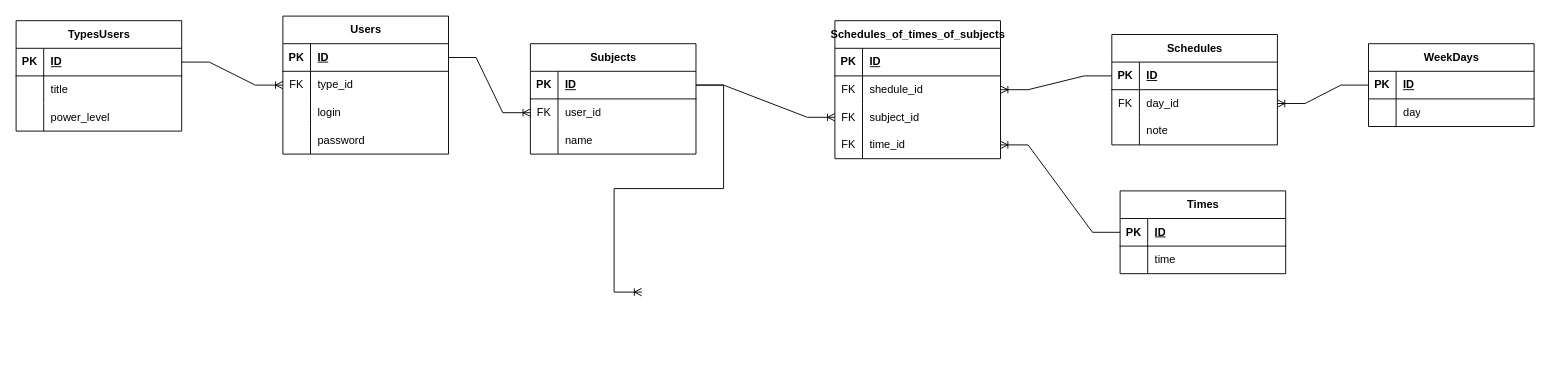
Before: docs/college_db.drawio in LOL1322/college_demo, a draw.io diagram. Source tidied: cells renumbered, new cells numbered last; positions are measured from the earlier drawing's top-left corner, leaving out a move shared by most shapes. Both pictures are drawn from the tidied source at 92%, with x=0, y=0 at pixel (16, 16).
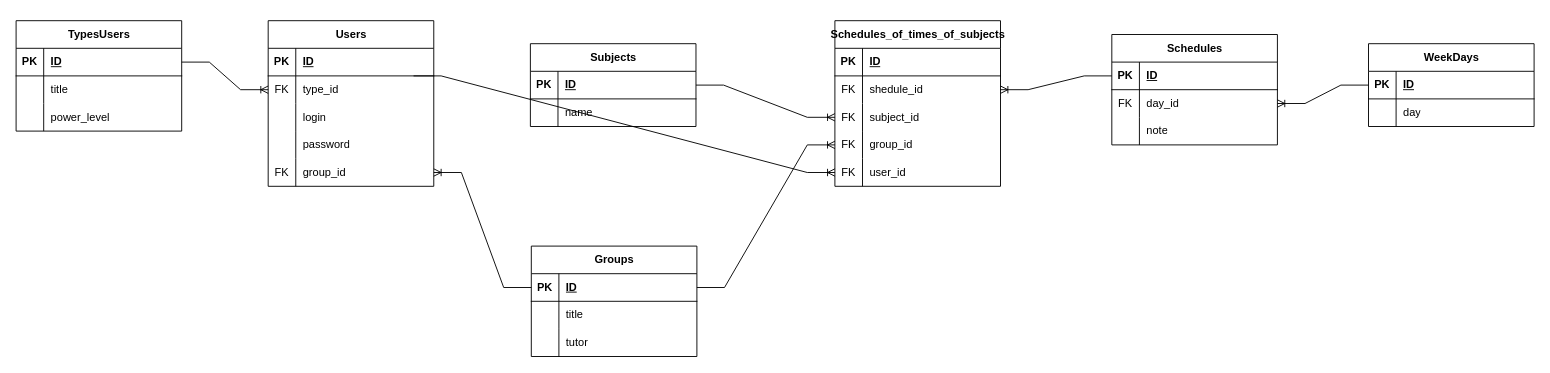
The same page after the edit.

Unchanged cells that the change refers to:
```xml
<mxCell id="3" style="shape=tableRow;horizontal=0;startSize=0;swimlaneHead=0;swimlaneBody=0;fillColor=none;points=[[0,0.5],[1,0.5]];portConstraint=eastwest;top=0;left=0;right=0;bottom=1;" parent="2" vertex="1">
  <mxGeometry y="30" width="180" height="30" as="geometry" />
</mxCell>
<mxCell id="26" style="shape=tableRow;horizontal=0;startSize=0;swimlaneHead=0;swimlaneBody=0;fillColor=none;points=[[0,0.5],[1,0.5]];portConstraint=eastwest;top=0;left=0;right=0;bottom=1;" parent="25" vertex="1">
  <mxGeometry y="30" width="180" height="30" as="geometry" />
</mxCell>
<mxCell id="52" style="shape=tableRow;horizontal=0;startSize=0;swimlaneHead=0;swimlaneBody=0;fillColor=none;points=[[0,0.5],[1,0.5]];portConstraint=eastwest;top=0;left=0;right=0;bottom=0;" parent="42" vertex="1">
  <mxGeometry y="120" width="180" height="30" as="geometry" />
</mxCell>
```

The edit, as a diff of the source:
```diff
@@
     <mxCell id="2" value="Users" style="shape=table;startSize=30;childLayout=tableLayout;rowLines=0;fontStyle=1;align=center;html=1;" parent="1" vertex="1">
-      <mxGeometry x="290" width="180" height="150" as="geometry" />
+      <mxGeometry x="274" y="5" width="180" height="180" as="geometry" />
     </mxCell>
@@
+    <mxCell id="79" style="shape=tableRow;horizontal=0;startSize=0;swimlaneHead=0;swimlaneBody=0;fillColor=none;points=[[0,0.5],[1,0.5]];portConstraint=eastwest;top=0;left=0;right=0;bottom=0;" parent="2" vertex="1">
+      <mxGeometry y="150" width="180" height="30" as="geometry" />
+    </mxCell>
+    <mxCell id="80" value="FK" style="shape=partialRectangle;fillColor=none;top=0;left=0;bottom=0;right=0;fontStyle=0;overflow=hidden;whiteSpace=wrap;html=1;" parent="79" vertex="1">
+      <mxGeometry width="30" height="30" as="geometry" />
+    </mxCell>
+    <mxCell id="81" value="group_id" style="shape=partialRectangle;fillColor=none;top=0;left=0;bottom=0;right=0;align=left;spacingLeft=6;fontStyle=0;overflow=hidden;whiteSpace=wrap;html=1;" parent="79" vertex="1">
+      <mxGeometry x="30" width="150" height="30" as="geometry" />
+    </mxCell>
@@
     <mxCell id="25" value="Subjects" style="shape=table;startSize=30;childLayout=tableLayout;rowLines=0;fontStyle=1;align=center;html=1;" parent="1" vertex="1">
-      <mxGeometry x="559" y="30" width="180" height="120" as="geometry" />
+      <mxGeometry x="559" y="30" width="180" height="90" as="geometry" />
     </mxCell>
@@
-    <mxCell id="29" style="shape=tableRow;horizontal=0;startSize=0;swimlaneHead=0;swimlaneBody=0;fillColor=none;points=[[0,0.5],[1,0.5]];portConstraint=eastwest;top=0;left=0;right=0;bottom=0;" parent="25" vertex="1">
-      <mxGeometry y="60" width="180" height="30" as="geometry" />
-    </mxCell>
-    <mxCell id="30" value="FK" style="shape=partialRectangle;fillColor=none;top=0;left=0;bottom=0;right=0;fontStyle=0;overflow=hidden;whiteSpace=wrap;html=1;" parent="29" vertex="1">
-      <mxGeometry width="30" height="30" as="geometry" />
-    </mxCell>
-    <mxCell id="31" value="user_id" style="shape=partialRectangle;fillColor=none;top=0;left=0;bottom=0;right=0;align=left;spacingLeft=6;fontStyle=0;overflow=hidden;whiteSpace=wrap;html=1;" parent="29" vertex="1">
-      <mxGeometry x="30" width="150" height="30" as="geometry" />
-    </mxCell>
     <mxCell id="32" style="shape=tableRow;horizontal=0;startSize=0;swimlaneHead=0;swimlaneBody=0;fillColor=none;top=0;left=0;right=0;bottom=0;" parent="25" vertex="1">
-      <mxGeometry y="90" width="180" height="30" as="geometry" />
+      <mxGeometry y="60" width="180" height="30" as="geometry" />
     </mxCell>
@@
-    <mxCell id="35" value="Times" style="shape=table;startSize=30;childLayout=tableLayout;rowLines=0;fontStyle=1;align=center;html=1;" parent="1" vertex="1">
-      <mxGeometry x="1200" y="190" width="180" height="90" as="geometry" />
-    </mxCell>
-    <mxCell id="36" style="shape=tableRow;horizontal=0;startSize=0;swimlaneHead=0;swimlaneBody=0;fillColor=none;points=[[0,0.5],[1,0.5]];portConstraint=eastwest;top=0;left=0;right=0;bottom=1;" parent="35" vertex="1">
-      <mxGeometry y="30" width="180" height="30" as="geometry" />
-    </mxCell>
-    <mxCell id="37" value="PK" style="shape=partialRectangle;fillColor=none;top=0;left=0;bottom=0;right=0;fontStyle=1;overflow=hidden;whiteSpace=wrap;html=1;" parent="36" vertex="1">
-      <mxGeometry width="30" height="30" as="geometry" />
-    </mxCell>
-    <mxCell id="38" value="ID" style="shape=partialRectangle;fillColor=none;top=0;left=0;bottom=0;right=0;align=left;spacingLeft=6;fontStyle=5;overflow=hidden;whiteSpace=wrap;html=1;" parent="36" vertex="1">
-      <mxGeometry x="30" width="150" height="30" as="geometry" />
-    </mxCell>
-    <mxCell id="39" style="shape=tableRow;horizontal=0;startSize=0;swimlaneHead=0;swimlaneBody=0;fillColor=none;top=0;left=0;right=0;bottom=0;" parent="35" vertex="1">
-      <mxGeometry y="60" width="180" height="30" as="geometry" />
-    </mxCell>
-    <mxCell id="40" style="shape=partialRectangle;fillColor=none;top=0;left=0;bottom=0;right=0;overflow=hidden;whiteSpace=wrap;html=1;" parent="39" vertex="1">
-      <mxGeometry width="30" height="30" as="geometry" />
-    </mxCell>
-    <mxCell id="41" value="time" style="shape=partialRectangle;fillColor=none;top=0;left=0;bottom=0;right=0;align=left;spacingLeft=6;overflow=hidden;whiteSpace=wrap;html=1;" parent="39" vertex="1">
-      <mxGeometry x="30" width="150" height="30" as="geometry" />
-    </mxCell>
     <mxCell id="42" value="Schedules_of_times_of_subjects" style="shape=table;startSize=30;childLayout=tableLayout;rowLines=0;fontStyle=1;align=center;html=1;" parent="1" vertex="1">
-      <mxGeometry x="890" y="5" width="180" height="150" as="geometry" />
+      <mxGeometry x="890" y="5" width="180" height="180" as="geometry" />
     </mxCell>
@@
-    <mxCell id="53" value="FK" style="shape=partialRectangle;fillColor=none;top=0;left=0;bottom=0;right=0;fontStyle=0;overflow=hidden;whiteSpace=wrap;html=1;" parent="52" vertex="1">
-      <mxGeometry width="30" height="30" as="geometry" />
-    </mxCell>
-    <mxCell id="54" value="time_id" style="shape=partialRectangle;fillColor=none;top=0;left=0;bottom=0;right=0;align=left;spacingLeft=6;fontStyle=0;overflow=hidden;whiteSpace=wrap;html=1;" parent="52" vertex="1">
-      <mxGeometry x="30" width="150" height="30" as="geometry" />
-    </mxCell>
+    <mxCell id="82" value="FK" style="shape=partialRectangle;fillColor=none;top=0;left=0;bottom=0;right=0;fontStyle=0;overflow=hidden;whiteSpace=wrap;html=1;" parent="52" vertex="1">
+      <mxGeometry width="30" height="30" as="geometry" />
+    </mxCell>
+    <mxCell id="83" value="group_id" style="shape=partialRectangle;fillColor=none;top=0;left=0;bottom=0;right=0;align=left;spacingLeft=6;fontStyle=0;overflow=hidden;whiteSpace=wrap;html=1;" parent="52" vertex="1">
+      <mxGeometry x="30" width="150" height="30" as="geometry" />
+    </mxCell>
+    <mxCell id="84" style="shape=tableRow;horizontal=0;startSize=0;swimlaneHead=0;swimlaneBody=0;fillColor=none;points=[[0,0.5],[1,0.5]];portConstraint=eastwest;top=0;left=0;right=0;bottom=0;" parent="42" vertex="1">
+      <mxGeometry y="150" width="180" height="30" as="geometry" />
+    </mxCell>
+    <mxCell id="85" value="FK" style="shape=partialRectangle;fillColor=none;top=0;left=0;bottom=0;right=0;fontStyle=0;overflow=hidden;whiteSpace=wrap;html=1;" parent="84" vertex="1">
+      <mxGeometry width="30" height="30" as="geometry" />
+    </mxCell>
+    <mxCell id="31" value="user_id" style="shape=partialRectangle;fillColor=none;top=0;left=0;bottom=0;right=0;align=left;spacingLeft=6;fontStyle=0;overflow=hidden;whiteSpace=wrap;html=1;" parent="84" vertex="1">
+      <mxGeometry x="30" width="150" height="30" as="geometry" />
+    </mxCell>
@@
-    <mxCell id="73" style="edgeStyle=entityRelationEdgeStyle;fontSize=12;html=1;endArrow=ERoneToMany;rounded=0;exitX=1;exitY=0.5;exitDx=0;exitDy=0;" parent="1" edge="1" source="3" target="29">
-      <mxGeometry relative="1" as="geometry" />
-    </mxCell>
-    <mxCell id="74" style="edgeStyle=entityRelationEdgeStyle;fontSize=12;html=1;endArrow=ERoneToMany;rounded=0;" parent="1" edge="1" source="26">
-      <mxGeometry relative="1" as="geometry">
-        <mxPoint x="680" y="300" as="targetPoint" />
-      </mxGeometry>
-    </mxCell>
@@
-    <mxCell id="76" style="edgeStyle=entityRelationEdgeStyle;fontSize=12;html=1;endArrow=ERoneToMany;rounded=0;" parent="1" edge="1" source="36" target="52">
-      <mxGeometry relative="1" as="geometry" />
-    </mxCell>
@@
+    <mxCell id="86" value="Groups" style="shape=table;startSize=30;childLayout=tableLayout;rowLines=0;fontStyle=1;align=center;html=1;" parent="1" vertex="1">
+      <mxGeometry x="560" y="250" width="180" height="120" as="geometry" />
+    </mxCell>
+    <mxCell id="36" style="shape=tableRow;horizontal=0;startSize=0;swimlaneHead=0;swimlaneBody=0;fillColor=none;points=[[0,0.5],[1,0.5]];portConstraint=eastwest;top=0;left=0;right=0;bottom=1;" parent="86" vertex="1">
+      <mxGeometry y="30" width="180" height="30" as="geometry" />
+    </mxCell>
+    <mxCell id="37" value="PK" style="shape=partialRectangle;fillColor=none;top=0;left=0;bottom=0;right=0;fontStyle=1;overflow=hidden;whiteSpace=wrap;html=1;" parent="36" vertex="1">
+      <mxGeometry width="30" height="30" as="geometry" />
+    </mxCell>
+    <mxCell id="38" value="ID" style="shape=partialRectangle;fillColor=none;top=0;left=0;bottom=0;right=0;align=left;spacingLeft=6;fontStyle=5;overflow=hidden;whiteSpace=wrap;html=1;" parent="36" vertex="1">
+      <mxGeometry x="30" width="150" height="30" as="geometry" />
+    </mxCell>
+    <mxCell id="87" style="shape=tableRow;horizontal=0;startSize=0;swimlaneHead=0;swimlaneBody=0;fillColor=none;top=0;left=0;right=0;bottom=0;" parent="86" vertex="1">
+      <mxGeometry y="60" width="180" height="30" as="geometry" />
+    </mxCell>
+    <mxCell id="88" style="shape=partialRectangle;fillColor=none;top=0;left=0;bottom=0;right=0;overflow=hidden;whiteSpace=wrap;html=1;" parent="87" vertex="1">
+      <mxGeometry width="30" height="30" as="geometry" />
+    </mxCell>
+    <mxCell id="89" value="title" style="shape=partialRectangle;fillColor=none;top=0;left=0;bottom=0;right=0;align=left;spacingLeft=6;overflow=hidden;whiteSpace=wrap;html=1;" parent="87" vertex="1">
+      <mxGeometry x="30" width="150" height="30" as="geometry" />
+    </mxCell>
+    <mxCell id="90" style="shape=tableRow;horizontal=0;startSize=0;swimlaneHead=0;swimlaneBody=0;fillColor=none;top=0;left=0;right=0;bottom=0;" parent="86" vertex="1">
+      <mxGeometry y="90" width="180" height="30" as="geometry" />
+    </mxCell>
+    <mxCell id="91" style="shape=partialRectangle;fillColor=none;top=0;left=0;bottom=0;right=0;overflow=hidden;whiteSpace=wrap;html=1;" parent="90" vertex="1">
+      <mxGeometry width="30" height="30" as="geometry" />
+    </mxCell>
+    <mxCell id="92" value="tutor" style="shape=partialRectangle;fillColor=none;top=0;left=0;bottom=0;right=0;align=left;spacingLeft=6;overflow=hidden;whiteSpace=wrap;html=1;" parent="90" vertex="1">
+      <mxGeometry x="30" width="150" height="30" as="geometry" />
+    </mxCell>
+    <mxCell id="76" style="edgeStyle=entityRelationEdgeStyle;fontSize=12;html=1;endArrow=ERoneToMany;rounded=0;" parent="1" edge="1" source="36" target="52">
+      <mxGeometry relative="1" as="geometry" />
+    </mxCell>
+    <mxCell id="93" style="edgeStyle=entityRelationEdgeStyle;fontSize=12;html=1;endArrow=ERoneToMany;rounded=0;exitX=0;exitY=0.5;exitDx=0;exitDy=0;" parent="1" edge="1" source="36" target="79">
+      <mxGeometry relative="1" as="geometry" />
+    </mxCell>
+    <mxCell id="94" style="edgeStyle=entityRelationEdgeStyle;fontSize=12;html=1;endArrow=ERoneToMany;rounded=0;entryX=0;entryY=0.5;entryDx=0;entryDy=0;" parent="1" edge="1" target="84">
+      <mxGeometry relative="1" as="geometry">
+        <mxPoint x="432" y="65" as="sourcePoint" />
+        <Array as="points">
+          <mxPoint x="628" y="155" />
+          <mxPoint x="648" y="135" />
+        </Array>
+      </mxGeometry>
+    </mxCell>
```
